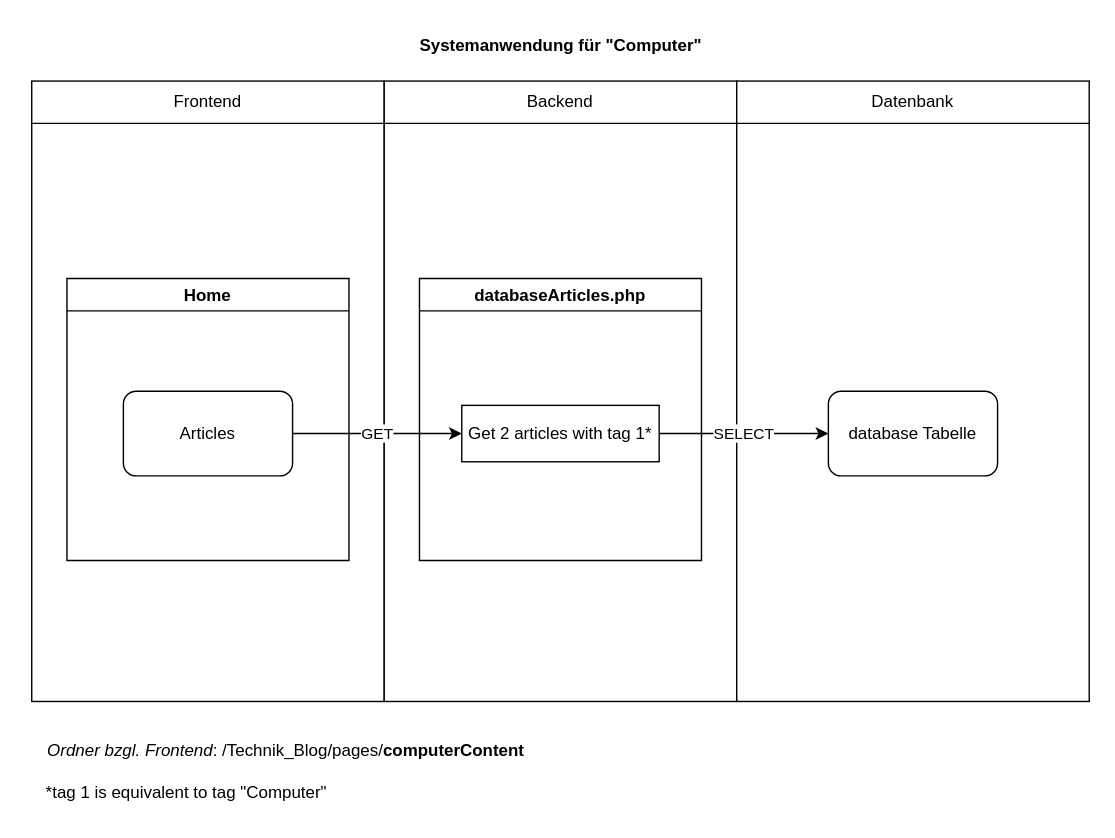
Earlier version of the draw.io diagram Dokumentation/Komponentenbeschreibung/Komponentenbeschreibung_Computer.drawio (CoffeeAddict987/Technik_Blog). Source tidied: cells renumbered, new cells numbered last; positions are measured from the earlier drawing's top-left corner, leaving out a move shared by most shapes. Both pictures are drawn from the tidied source at 141%, with x=0, y=0 at pixel (24, 24).
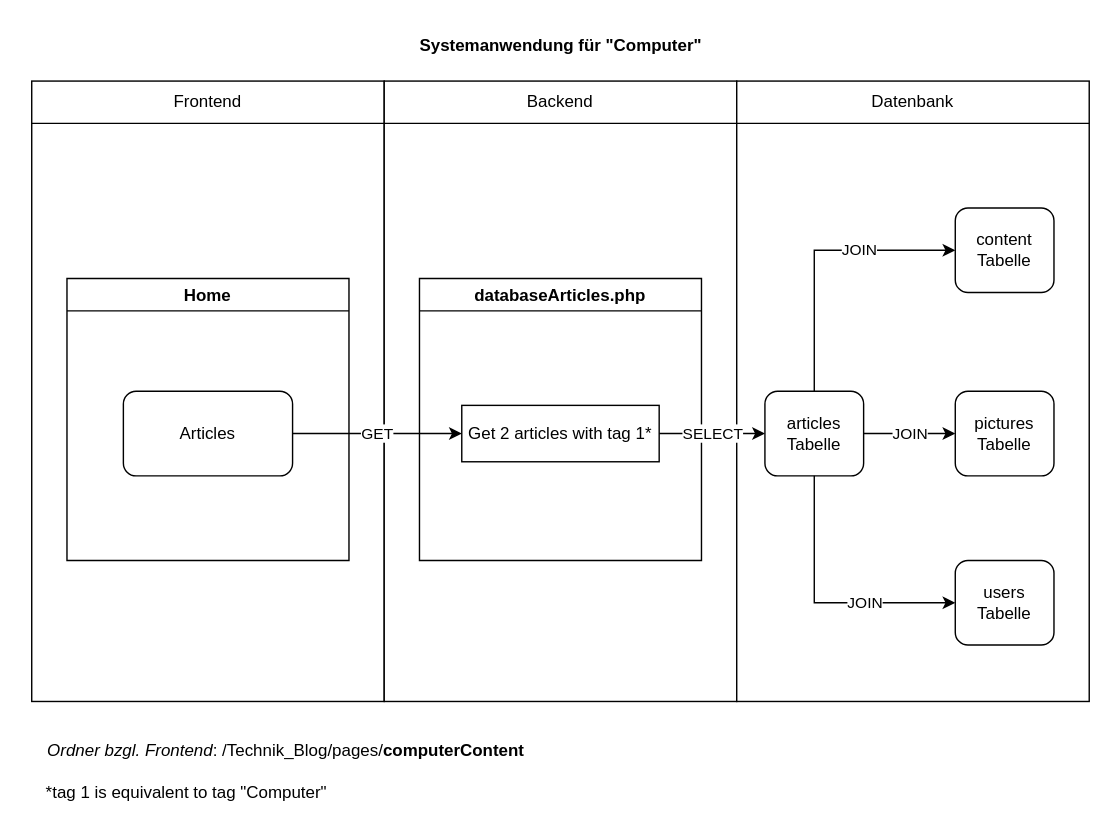
Above is the later version.

Change to the diagram source:
```diff
@@
-    <mxCell id="14" value="database Tabelle" style="rounded=1;whiteSpace=wrap;html=1;" parent="1" vertex="1">
-      <mxGeometry x="570" y="260" width="120" height="60" as="geometry" />
+    <mxCell id="14" value="articles Tabelle" style="rounded=1;whiteSpace=wrap;html=1;" parent="1" vertex="1">
+      <mxGeometry x="525" y="260" width="70" height="60" as="geometry" />
     </mxCell>
@@
+    <mxCell id="19" value="content Tabelle" style="rounded=1;whiteSpace=wrap;html=1;" parent="1" vertex="1">
+      <mxGeometry x="660" y="130" width="70" height="60" as="geometry" />
+    </mxCell>
+    <mxCell id="20" value="pictures Tabelle" style="rounded=1;whiteSpace=wrap;html=1;" parent="1" vertex="1">
+      <mxGeometry x="660" y="260" width="70" height="60" as="geometry" />
+    </mxCell>
+    <mxCell id="21" value="users Tabelle" style="rounded=1;whiteSpace=wrap;html=1;" parent="1" vertex="1">
+      <mxGeometry x="660" y="380" width="70" height="60" as="geometry" />
+    </mxCell>
+    <mxCell id="22" value="JOIN" style="endArrow=classic;html=1;rounded=0;exitX=1;exitY=0.5;exitDx=0;exitDy=0;entryX=0;entryY=0.5;entryDx=0;entryDy=0;" parent="1" edge="1" source="14" target="20">
+      <mxGeometry relative="1" as="geometry" />
+    </mxCell>
+    <mxCell id="23" style="endArrow=classic;html=1;rounded=0;exitX=0.5;exitY=1;exitDx=0;exitDy=0;entryX=0;entryY=0.5;entryDx=0;entryDy=0;" parent="1" edge="1" source="14" target="21">
+      <mxGeometry relative="1" as="geometry">
+        <Array as="points">
+          <mxPoint x="560" y="410" />
+        </Array>
+      </mxGeometry>
+    </mxCell>
+    <mxCell id="24" value="JOIN" style="edgeLabel;html=1;align=center;verticalAlign=middle;" parent="23" vertex="1">
+      <mxGeometry x="0.3" y="1" relative="1" as="geometry">
+        <mxPoint x="1" as="offset" />
+      </mxGeometry>
+    </mxCell>
+    <mxCell id="25" style="endArrow=classic;html=1;rounded=0;exitX=0.5;exitY=0;exitDx=0;exitDy=0;entryX=0;entryY=0.5;entryDx=0;entryDy=0;" parent="1" edge="1" source="14" target="19">
+      <mxGeometry relative="1" as="geometry">
+        <Array as="points">
+          <mxPoint x="560" y="160" />
+        </Array>
+      </mxGeometry>
+    </mxCell>
+    <mxCell id="26" value="JOIN" style="edgeLabel;html=1;align=center;verticalAlign=middle;" parent="25" vertex="1">
+      <mxGeometry x="0.3" y="1" relative="1" as="geometry">
+        <mxPoint x="1" as="offset" />
+      </mxGeometry>
+    </mxCell>
```
